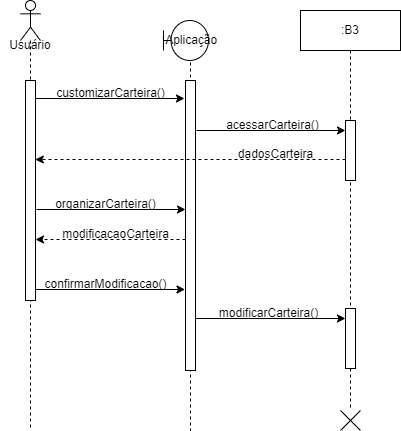
The draw.io diagram diagrama_sequencia_organizar_carteira.png in ThePlano/Projeto-CC5511---ENGENHARIA-DE-SOFTWARE, before a commit. Source tidied: cells renumbered, new cells last; positions are measured from the earlier drawing's top-left corner, leaving out a move shared by most shapes.
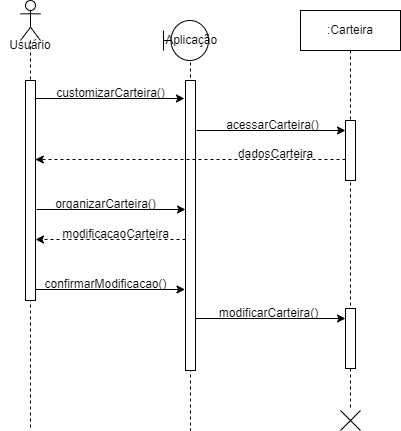
The same diagram one commit later.

Change to the diagram source:
```diff
@@ -14,7 +14,7 @@
     <mxCell id="5" style="html=1;perimeter=orthogonalPerimeter;targetShapes=umlLifeline;newEdgeStyle={&quot;curved&quot;:0,&quot;rounded&quot;:0};" parent="4" vertex="1">
       <mxGeometry x="45" y="70" width="10" height="290" as="geometry" />
     </mxCell>
-    <mxCell id="6" value=":B3" style="shape=umlLifeline;perimeter=lifelinePerimeter;whiteSpace=wrap;html=1;newEdgeStyle={&quot;curved&quot;:0,&quot;rounded&quot;:0};" parent="1" vertex="1">
+    <mxCell id="6" value=":Carteira" style="shape=umlLifeline;perimeter=lifelinePerimeter;whiteSpace=wrap;html=1;newEdgeStyle={&quot;curved&quot;:0,&quot;rounded&quot;:0};" parent="1" vertex="1">
       <mxGeometry x="300" y="10" width="100" height="400" as="geometry" />
     </mxCell>
     <mxCell id="7" style="html=1;perimeter=orthogonalPerimeter;targetShapes=umlLifeline;newEdgeStyle={&quot;curved&quot;:0,&quot;rounded&quot;:0};" parent="6" vertex="1">
```
